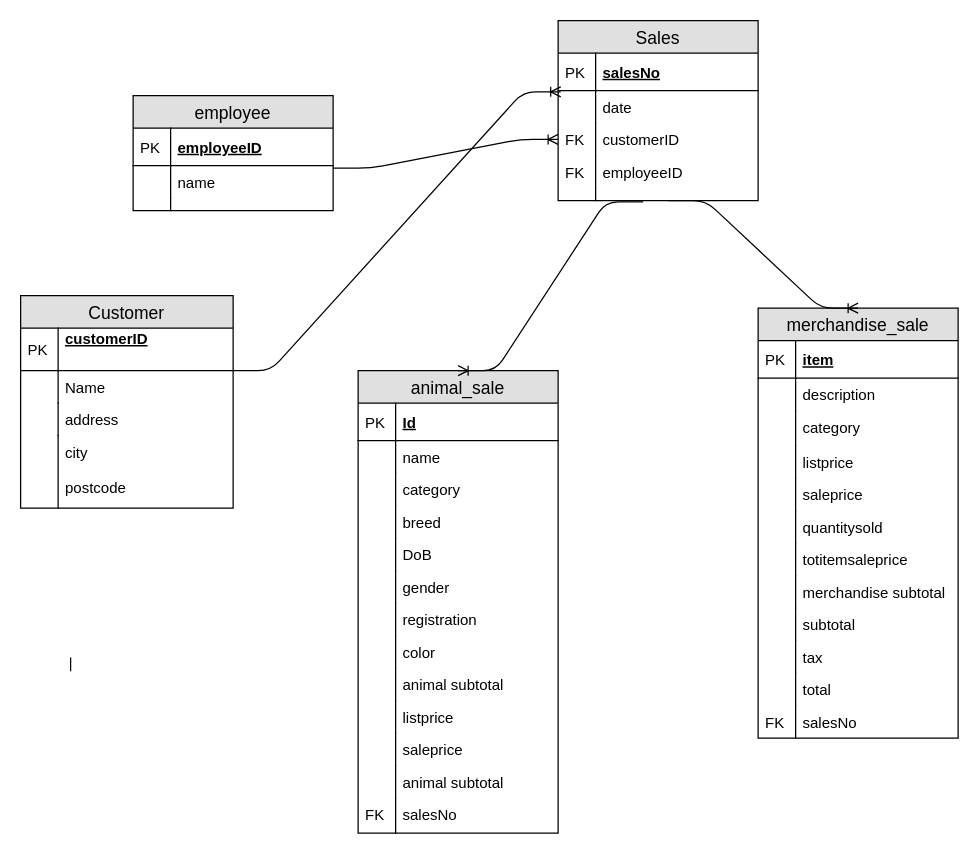
ssd32033/Dteam keeps this draw.io diagram as 3.drawio. Above is the earlier version. Source tidied: cells renumbered, new cells numbered last; positions are measured from the earlier drawing's top-left corner, leaving out a move shared by most shapes. Both pictures are drawn from the tidied source at 125%, with x=0, y=0 at pixel (20, 20).
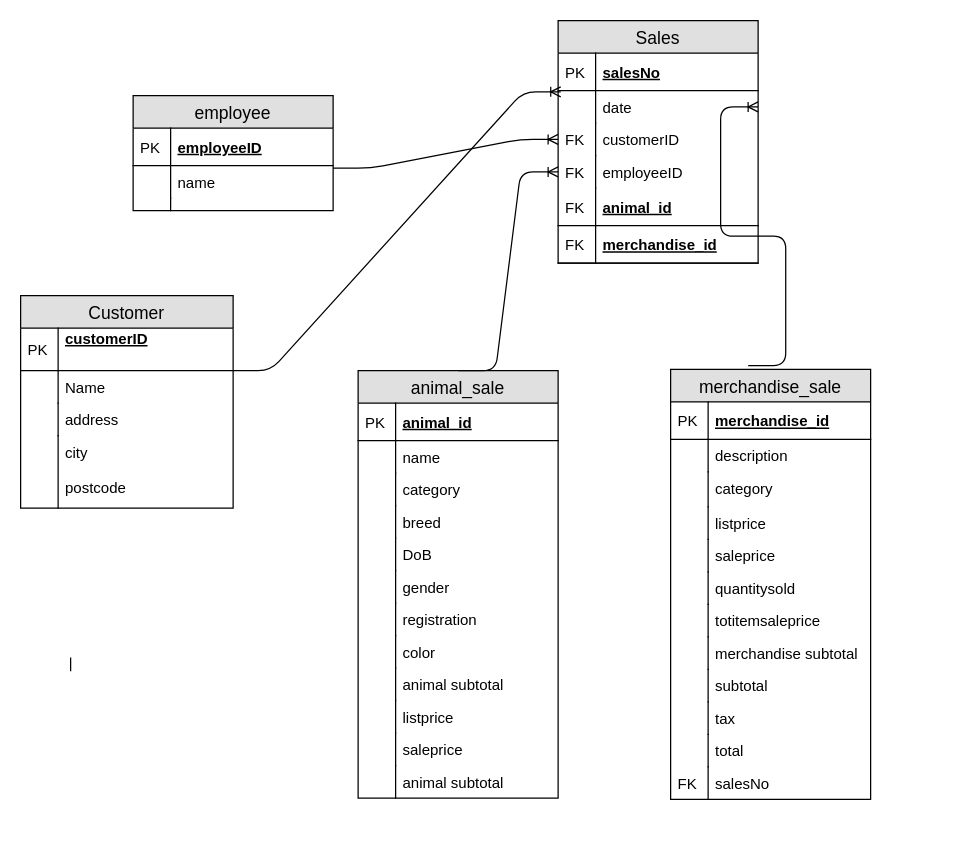
Above is the later version.

Unchanged cells that the change refers to:
```xml
<mxCell id="5" value="date" style="shape=partialRectangle;top=0;left=0;right=0;bottom=0;align=left;verticalAlign=top;fillColor=none;spacingLeft=34;spacingRight=4;overflow=hidden;points=[[0,0.5],[1,0.5]];portConstraint=eastwest;fontSize=12;" parent="2" vertex="1">
  <mxGeometry y="56" width="160" height="26" as="geometry" />
</mxCell>
<mxCell id="7" value="customerID" style="shape=partialRectangle;top=0;left=0;right=0;bottom=0;align=left;verticalAlign=top;fillColor=none;spacingLeft=34;spacingRight=4;overflow=hidden;points=[[0,0.5],[1,0.5]];portConstraint=eastwest;fontSize=12;" parent="2" vertex="1">
  <mxGeometry y="82" width="160" height="26" as="geometry" />
</mxCell>
<mxCell id="9" value="employeeID" style="shape=partialRectangle;top=0;left=0;right=0;bottom=0;align=left;verticalAlign=top;fillColor=none;spacingLeft=34;spacingRight=4;overflow=hidden;points=[[0,0.5],[1,0.5]];portConstraint=eastwest;fontSize=12;" parent="2" vertex="1">
  <mxGeometry y="108" width="160" height="26" as="geometry" />
</mxCell>
```

The edit, as a diff of the source:
```diff
@@
     <mxCell id="2" value="Sales" style="swimlane;fontStyle=0;horizontal=1;startSize=26;fillColor=#e0e0e0;swimlaneFillColor=#ffffff;align=center;fontSize=14;" parent="1" vertex="1">
-      <mxGeometry x="430" width="160" height="144" as="geometry" />
+      <mxGeometry x="430" width="160" height="194" as="geometry" />
     </mxCell>
@@
-    <mxCell id="11" style="shape=partialRectangle;top=0;left=0;right=0;bottom=0;align=left;verticalAlign=top;fillColor=none;spacingLeft=34;spacingRight=4;overflow=hidden;points=[[0,0.5],[1,0.5]];portConstraint=eastwest;fontSize=12;" parent="2" vertex="1">
-      <mxGeometry y="134" width="160" height="10" as="geometry" />
-    </mxCell>
-    <mxCell id="12" style="shape=partialRectangle;top=0;left=0;bottom=0;fillColor=none;align=left;verticalAlign=top;spacingLeft=4;spacingRight=4;overflow=hidden;fontSize=12;" parent="11" vertex="1">
-      <mxGeometry width="30" height="10" as="geometry" />
-    </mxCell>
+    <mxCell id="87" value="animal_id" style="shape=partialRectangle;top=0;left=0;right=0;bottom=1;align=left;verticalAlign=middle;fillColor=none;spacingLeft=34;spacingRight=4;overflow=hidden;fontStyle=5;fontSize=12;" parent="2" vertex="1">
+      <mxGeometry y="134" width="160" height="30" as="geometry" />
+    </mxCell>
+    <mxCell id="88" value="FK" style="shape=partialRectangle;top=0;left=0;bottom=0;fillColor=none;align=left;verticalAlign=middle;spacingLeft=4;spacingRight=4;overflow=hidden;fontSize=12;" parent="87" vertex="1">
+      <mxGeometry width="30" height="30" as="geometry" />
+    </mxCell>
+    <mxCell id="89" value="merchandise_id" style="shape=partialRectangle;top=0;left=0;right=0;bottom=1;align=left;verticalAlign=middle;fillColor=none;spacingLeft=34;spacingRight=4;overflow=hidden;fontStyle=5;fontSize=12;" parent="2" vertex="1">
+      <mxGeometry y="164" width="160" height="30" as="geometry" />
+    </mxCell>
+    <mxCell id="90" value="FK" style="shape=partialRectangle;top=0;left=0;bottom=0;fillColor=none;align=left;verticalAlign=middle;spacingLeft=4;spacingRight=4;overflow=hidden;fontSize=12;" parent="89" vertex="1">
+      <mxGeometry width="30" height="30" as="geometry" />
+    </mxCell>
@@
     <mxCell id="31" value="animal_sale" style="swimlane;fontStyle=0;horizontal=1;startSize=26;fillColor=#e0e0e0;swimlaneFillColor=#ffffff;align=center;fontSize=14;" parent="1" vertex="1">
-      <mxGeometry x="270" y="280" width="160" height="370" as="geometry" />
+      <mxGeometry x="270" y="280" width="160" height="342" as="geometry" />
     </mxCell>
-    <mxCell id="32" value="Id" style="shape=partialRectangle;top=0;left=0;right=0;bottom=1;align=left;verticalAlign=middle;fillColor=none;spacingLeft=34;spacingRight=4;overflow=hidden;fontStyle=5;fontSize=12;" parent="31" vertex="1">
+    <mxCell id="32" value="animal_id" style="shape=partialRectangle;top=0;left=0;right=0;bottom=1;align=left;verticalAlign=middle;fillColor=none;spacingLeft=34;spacingRight=4;overflow=hidden;fontStyle=5;fontSize=12;" parent="31" vertex="1">
       <mxGeometry y="26" width="160" height="30" as="geometry" />
     </mxCell>
@@
-    <mxCell id="56" value="salesNo" style="shape=partialRectangle;top=0;left=0;right=0;bottom=0;align=left;verticalAlign=top;fillColor=none;spacingLeft=34;spacingRight=4;overflow=hidden;fontSize=12;" parent="31" vertex="1">
-      <mxGeometry y="342" width="160" height="28" as="geometry" />
-    </mxCell>
-    <mxCell id="57" value="FK" style="shape=partialRectangle;top=0;left=0;bottom=0;fillColor=none;align=left;verticalAlign=top;spacingLeft=4;spacingRight=4;overflow=hidden;fontSize=12;" parent="56" vertex="1">
-      <mxGeometry width="30" height="28" as="geometry" />
-    </mxCell>
     <mxCell id="58" value="merchandise_sale" style="swimlane;fontStyle=0;horizontal=1;startSize=26;fillColor=#e0e0e0;swimlaneFillColor=#ffffff;align=center;fontSize=14;" parent="1" vertex="1">
-      <mxGeometry x="590" y="230" width="160" height="344" as="geometry" />
+      <mxGeometry x="520" y="279" width="160" height="344" as="geometry" />
     </mxCell>
-    <mxCell id="59" value="item" style="shape=partialRectangle;top=0;left=0;right=0;bottom=1;align=left;verticalAlign=middle;fillColor=none;spacingLeft=34;spacingRight=4;overflow=hidden;fontStyle=5;fontSize=12;" parent="58" vertex="1">
+    <mxCell id="59" value="merchandise_id" style="shape=partialRectangle;top=0;left=0;right=0;bottom=1;align=left;verticalAlign=middle;fillColor=none;spacingLeft=34;spacingRight=4;overflow=hidden;fontStyle=5;fontSize=12;" parent="58" vertex="1">
       <mxGeometry y="26" width="160" height="30" as="geometry" />
     </mxCell>
@@
+    <mxCell id="85" style="edgeStyle=entityRelationEdgeStyle;fontSize=12;html=1;endArrow=ERoneToMany;entryX=0.013;entryY=0.038;entryDx=0;entryDy=0;entryPerimeter=0;" parent="1" edge="1" target="5">
+      <mxGeometry relative="1" as="geometry">
+        <mxPoint x="170" y="280" as="sourcePoint" />
+      </mxGeometry>
+    </mxCell>
+    <mxCell id="86" style="edgeStyle=entityRelationEdgeStyle;fontSize=12;html=1;endArrow=ERoneToMany;entryX=0;entryY=0.5;entryDx=0;entryDy=0;" parent="1" edge="1" target="7">
+      <mxGeometry relative="1" as="geometry">
+        <mxPoint x="250" y="118" as="sourcePoint" />
+      </mxGeometry>
+    </mxCell>
-    <mxCell id="83" style="edgeStyle=entityRelationEdgeStyle;fontSize=12;html=1;endArrow=ERoneToMany;entryX=0.5;entryY=0;entryDx=0;entryDy=0;exitX=0.425;exitY=1.1;exitDx=0;exitDy=0;exitPerimeter=0;" parent="1" edge="1" source="11" target="31">
+    <mxCell id="83" style="edgeStyle=entityRelationEdgeStyle;fontSize=12;html=1;endArrow=ERoneToMany;entryX=0;entryY=0.5;entryDx=0;entryDy=0;exitX=0.5;exitY=0;exitDx=0;exitDy=0;" parent="1" edge="1" source="31" target="9">
       <mxGeometry relative="1" as="geometry" />
     </mxCell>
-    <mxCell id="84" style="edgeStyle=entityRelationEdgeStyle;fontSize=12;html=1;endArrow=ERoneToMany;entryX=0.5;entryY=0;entryDx=0;entryDy=0;exitX=0.55;exitY=1;exitDx=0;exitDy=0;exitPerimeter=0;" parent="1" edge="1" source="11" target="58">
+    <mxCell id="84" style="edgeStyle=entityRelationEdgeStyle;fontSize=12;html=1;endArrow=ERoneToMany;exitX=0.388;exitY=-0.009;exitDx=0;exitDy=0;exitPerimeter=0;entryX=1;entryY=0.5;entryDx=0;entryDy=0;" parent="1" edge="1" source="58" target="5">
       <mxGeometry relative="1" as="geometry" />
     </mxCell>
-    <mxCell id="85" style="edgeStyle=entityRelationEdgeStyle;fontSize=12;html=1;endArrow=ERoneToMany;entryX=0.013;entryY=0.038;entryDx=0;entryDy=0;entryPerimeter=0;" parent="1" edge="1" target="5">
-      <mxGeometry relative="1" as="geometry">
-        <mxPoint x="170" y="280" as="sourcePoint" />
-      </mxGeometry>
-    </mxCell>
-    <mxCell id="86" style="edgeStyle=entityRelationEdgeStyle;fontSize=12;html=1;endArrow=ERoneToMany;entryX=0;entryY=0.5;entryDx=0;entryDy=0;" parent="1" edge="1" target="7">
-      <mxGeometry relative="1" as="geometry">
-        <mxPoint x="250" y="118" as="sourcePoint" />
-      </mxGeometry>
-    </mxCell>
```
